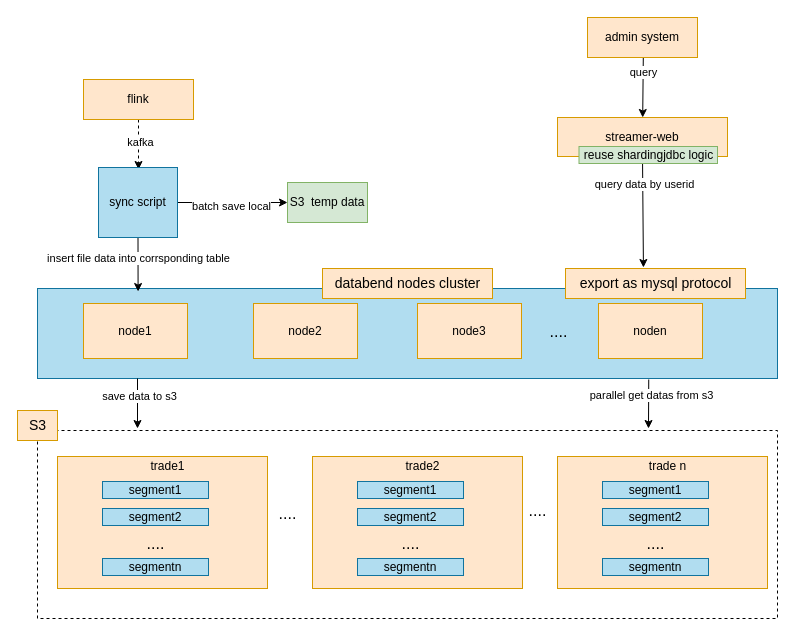
Earlier version of the draw.io diagram page "第 4 页" (4 of 4) of doc/用户行为日志.drawio (jackjoesh/databend). Source tidied: cells renumbered, new cells numbered last; positions are measured from the earlier drawing's top-left corner, leaving out a move shared by most shapes. Both pictures are drawn from the tidied source at 100%, with x=0, y=0 at pixel (17, 17).
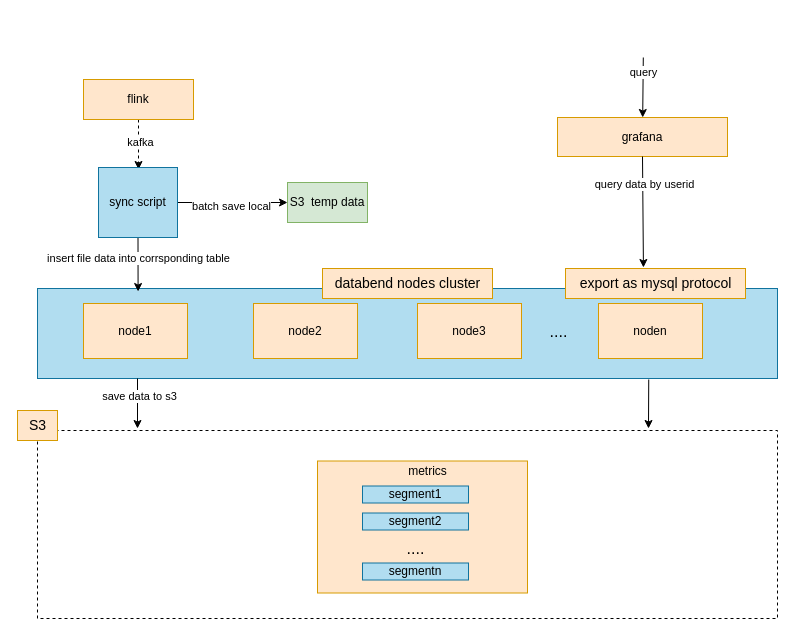
Above is the later version.

The change refers to these unchanged cells:
```xml
<mxCell id="49" style="endArrow=classic;html=1;rounded=0;exitX=0.826;exitY=1.011;exitDx=0;exitDy=0;exitPerimeter=0;" parent="1" edge="1" source="12">
  <mxGeometry relative="1" as="geometry">
    <mxPoint x="631" y="411" as="targetPoint" />
  </mxGeometry>
</mxCell>
```

Change to the diagram source:
```diff
@@
     <mxCell id="3" style="rounded=0;whiteSpace=wrap;html=1;fillColor=#ffe6cc;strokeColor=#d79b00;" parent="1" vertex="1">
-      <mxGeometry x="40" y="439" width="210" height="132" as="geometry" />
+      <mxGeometry x="300" y="443.5" width="210" height="132" as="geometry" />
     </mxCell>
@@
-    <mxCell id="8" value="streamer-web" style="rounded=0;whiteSpace=wrap;html=1;fillColor=#ffe6cc;strokeColor=#d79b00;" parent="1" vertex="1">
+    <mxCell id="8" value="grafana" style="rounded=0;whiteSpace=wrap;html=1;fillColor=#ffe6cc;strokeColor=#d79b00;" parent="1" vertex="1">
       <mxGeometry x="540" y="100" width="170" height="39" as="geometry" />
     </mxCell>
@@
-    <mxCell id="13" value="trade1" style="text;html=1;align=center;verticalAlign=middle;fillColor=none;strokeColor=none;rounded=0;" parent="1" vertex="1">
-      <mxGeometry x="120" y="434" width="60" height="30" as="geometry" />
+    <mxCell id="13" value="metrics" style="text;html=1;align=center;verticalAlign=middle;fillColor=none;strokeColor=none;rounded=0;" parent="1" vertex="1">
+      <mxGeometry x="380" y="438.5" width="60" height="30" as="geometry" />
     </mxCell>
     <mxCell id="14" value="segment1" style="rounded=0;whiteSpace=wrap;html=1;fillColor=#b1ddf0;strokeColor=#10739e;" parent="1" vertex="1">
-      <mxGeometry x="85" y="464" width="106" height="17" as="geometry" />
+      <mxGeometry x="345" y="468.5" width="106" height="17" as="geometry" />
     </mxCell>
     <mxCell id="15" value="segment2" style="rounded=0;whiteSpace=wrap;html=1;fillColor=#b1ddf0;strokeColor=#10739e;" parent="1" vertex="1">
-      <mxGeometry x="85" y="491" width="106" height="17" as="geometry" />
+      <mxGeometry x="345" y="495.5" width="106" height="17" as="geometry" />
     </mxCell>
     <mxCell id="16" value="...." style="text;html=1;align=center;verticalAlign=middle;fillColor=none;strokeColor=none;rounded=0;fontSize=16;" parent="1" vertex="1">
-      <mxGeometry x="118" y="511" width="40" height="30" as="geometry" />
+      <mxGeometry x="378" y="515.5" width="40" height="30" as="geometry" />
     </mxCell>
     <mxCell id="17" value="segmentn" style="rounded=0;whiteSpace=wrap;html=1;fillColor=#b1ddf0;strokeColor=#10739e;" parent="1" vertex="1">
-      <mxGeometry x="85" y="541" width="106" height="17" as="geometry" />
+      <mxGeometry x="345" y="545.5" width="106" height="17" as="geometry" />
     </mxCell>
-    <mxCell id="18" style="rounded=0;whiteSpace=wrap;html=1;fillColor=#ffe6cc;strokeColor=#d79b00;" parent="1" vertex="1">
-      <mxGeometry x="295" y="439" width="210" height="132" as="geometry" />
-    </mxCell>
-    <mxCell id="19" value="trade2" style="text;html=1;align=center;verticalAlign=middle;fillColor=none;strokeColor=none;rounded=0;" parent="1" vertex="1">
-      <mxGeometry x="375" y="434" width="60" height="30" as="geometry" />
-    </mxCell>
-    <mxCell id="20" value="segment1" style="rounded=0;whiteSpace=wrap;html=1;fillColor=#b1ddf0;strokeColor=#10739e;" parent="1" vertex="1">
-      <mxGeometry x="340" y="464" width="106" height="17" as="geometry" />
-    </mxCell>
-    <mxCell id="21" value="segment2" style="rounded=0;whiteSpace=wrap;html=1;fillColor=#b1ddf0;strokeColor=#10739e;" parent="1" vertex="1">
-      <mxGeometry x="340" y="491" width="106" height="17" as="geometry" />
-    </mxCell>
-    <mxCell id="22" value="...." style="text;html=1;align=center;verticalAlign=middle;fillColor=none;strokeColor=none;rounded=0;fontSize=16;" parent="1" vertex="1">
-      <mxGeometry x="373" y="511" width="40" height="30" as="geometry" />
-    </mxCell>
-    <mxCell id="23" value="segmentn" style="rounded=0;whiteSpace=wrap;html=1;fillColor=#b1ddf0;strokeColor=#10739e;" parent="1" vertex="1">
-      <mxGeometry x="340" y="541" width="106" height="17" as="geometry" />
-    </mxCell>
-    <mxCell id="24" style="rounded=0;whiteSpace=wrap;html=1;fillColor=#ffe6cc;strokeColor=#d79b00;" parent="1" vertex="1">
-      <mxGeometry x="540" y="439" width="210" height="132" as="geometry" />
-    </mxCell>
-    <mxCell id="25" value="trade n" style="text;html=1;align=center;verticalAlign=middle;fillColor=none;strokeColor=none;rounded=0;" parent="1" vertex="1">
-      <mxGeometry x="620" y="434" width="60" height="30" as="geometry" />
-    </mxCell>
-    <mxCell id="26" value="segment1" style="rounded=0;whiteSpace=wrap;html=1;fillColor=#b1ddf0;strokeColor=#10739e;" parent="1" vertex="1">
-      <mxGeometry x="585" y="464" width="106" height="17" as="geometry" />
-    </mxCell>
-    <mxCell id="27" value="segment2" style="rounded=0;whiteSpace=wrap;html=1;fillColor=#b1ddf0;strokeColor=#10739e;" parent="1" vertex="1">
-      <mxGeometry x="585" y="491" width="106" height="17" as="geometry" />
-    </mxCell>
-    <mxCell id="28" value="...." style="text;html=1;align=center;verticalAlign=middle;fillColor=none;strokeColor=none;rounded=0;fontSize=16;" parent="1" vertex="1">
-      <mxGeometry x="618" y="511" width="40" height="30" as="geometry" />
-    </mxCell>
-    <mxCell id="29" value="segmentn" style="rounded=0;whiteSpace=wrap;html=1;fillColor=#b1ddf0;strokeColor=#10739e;" parent="1" vertex="1">
-      <mxGeometry x="585" y="541" width="106" height="17" as="geometry" />
-    </mxCell>
-    <mxCell id="30" value="...." style="text;html=1;align=center;verticalAlign=middle;fillColor=none;strokeColor=none;rounded=0;fontSize=16;" parent="1" vertex="1">
-      <mxGeometry x="250" y="481" width="40" height="30" as="geometry" />
-    </mxCell>
-    <mxCell id="31" value="...." style="text;html=1;align=center;verticalAlign=middle;fillColor=none;strokeColor=none;rounded=0;fontSize=16;" parent="1" vertex="1">
-      <mxGeometry x="500" y="478" width="40" height="30" as="geometry" />
-    </mxCell>
@@
-    <mxCell id="50" value="parallel get datas from s3" style="edgeLabel;html=1;align=center;verticalAlign=middle;" parent="49" vertex="1">
-      <mxGeometry x="-0.35" y="2" relative="1" as="geometry" />
-    </mxCell>
-    <mxCell id="51" value="reuse shardingjdbc logic" style="rounded=0;whiteSpace=wrap;html=1;fillColor=#d5e8d4;strokeColor=#82b366;" parent="1" vertex="1">
-      <mxGeometry x="561.5" y="129" width="138.5" height="17" as="geometry" />
-    </mxCell>
-    <mxCell id="52" value="admin system" style="rounded=0;whiteSpace=wrap;html=1;fillColor=#ffe6cc;strokeColor=#d79b00;" parent="1" vertex="1">
-      <mxGeometry x="570" width="110" height="40" as="geometry" />
-    </mxCell>
```
